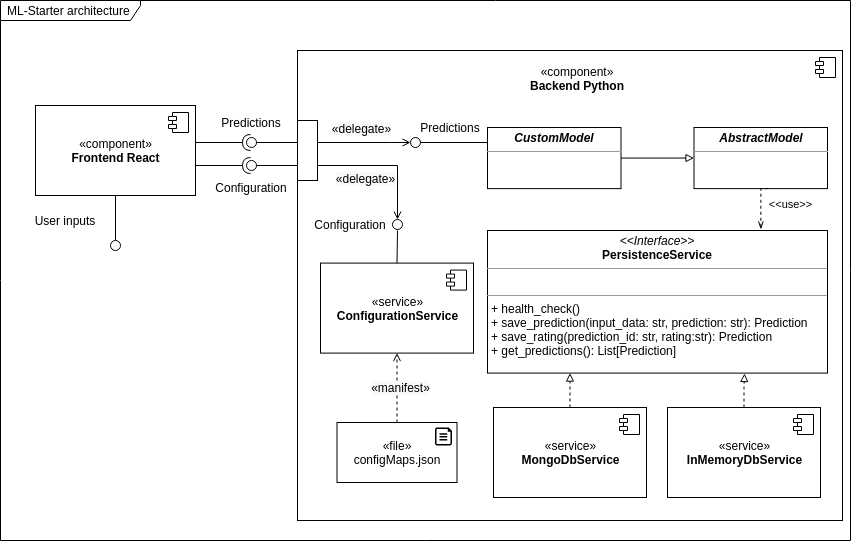
Before: docs/images/architecture.png, a diagram exported from draw.io (loki344/ml-starter). Source tidied: cells renumbered, new cells last; positions are measured from the earlier drawing's top-left corner, leaving out a move shared by most shapes.
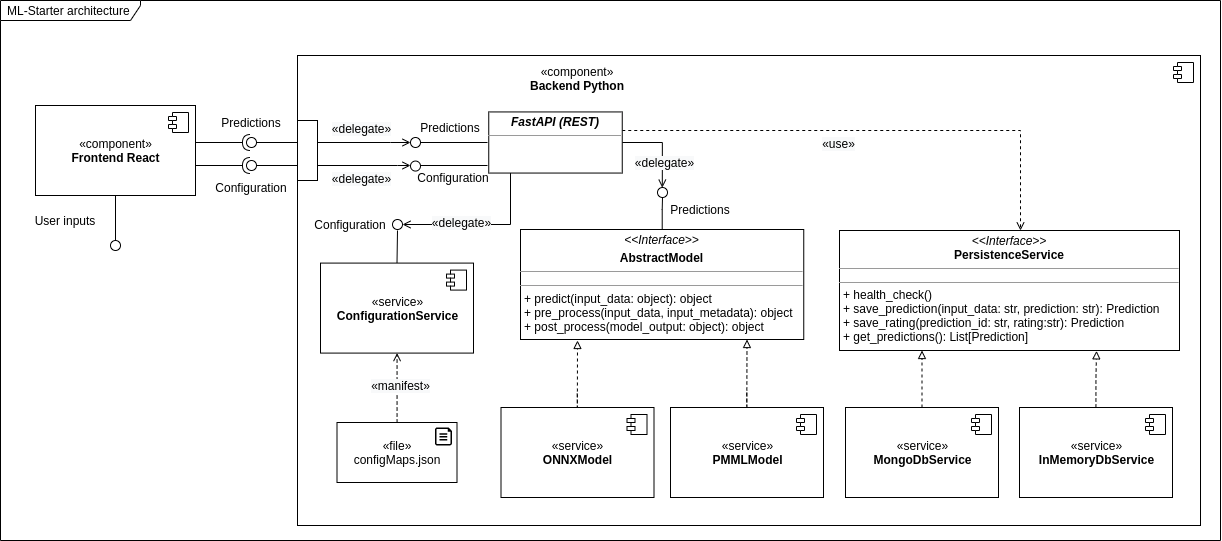
The same diagram one commit later.

The edit, as a diff of the source:
```diff
@@ -3,10 +3,10 @@
     <mxCell id="0" />
     <mxCell id="1" parent="0" />
     <mxCell id="2" value="ML-Starter architecture" style="shape=umlFrame;whiteSpace=wrap;html=1;width=140;height=20;boundedLbl=1;verticalAlign=middle;align=left;spacingLeft=5;fillColor=none;" parent="1" vertex="1">
-      <mxGeometry width="850" height="540" as="geometry" />
+      <mxGeometry width="1220" height="540" as="geometry" />
     </mxCell>
     <mxCell id="3" value="&lt;b&gt;&lt;br&gt;&lt;/b&gt;" style="html=1;" parent="1" vertex="1">
-      <mxGeometry x="297" y="50" width="545" height="470" as="geometry" />
+      <mxGeometry x="297" y="55" width="903" height="470" as="geometry" />
     </mxCell>
     <mxCell id="4" style="shape=module;jettyWidth=8;jettyHeight=4;" parent="3" vertex="1">
       <mxGeometry x="1" width="20" height="20" relative="1" as="geometry">
@@ -57,13 +57,13 @@
     <mxCell id="15" style="edgeStyle=orthogonalEdgeStyle;rounded=0;jettySize=auto;html=1;dashed=1;endArrow=block;endFill=0;" parent="1" edge="1" source="16" target="27">
       <mxGeometry relative="1" as="geometry">
         <Array as="points">
-          <mxPoint x="547" y="430" />
-          <mxPoint x="547" y="430" />
+          <mxPoint x="899" y="430" />
+          <mxPoint x="899" y="430" />
         </Array>
       </mxGeometry>
     </mxCell>
     <mxCell id="16" value="«service»&lt;br&gt;&lt;b&gt;MongoDbService&lt;br&gt;&lt;/b&gt;" style="html=1;" parent="1" vertex="1">
-      <mxGeometry x="493" y="407" width="153" height="90" as="geometry" />
+      <mxGeometry x="845" y="407" width="153" height="90" as="geometry" />
     </mxCell>
     <mxCell id="17" style="shape=module;jettyWidth=8;jettyHeight=4;" parent="16" vertex="1">
       <mxGeometry x="1" width="20" height="20" relative="1" as="geometry">
@@ -74,7 +74,7 @@
       <mxGeometry relative="1" as="geometry" />
     </mxCell>
     <mxCell id="19" value="«service»&lt;br&gt;&lt;b&gt;InMemoryDbService&lt;br&gt;&lt;/b&gt;" style="html=1;" parent="1" vertex="1">
-      <mxGeometry x="667" y="407" width="153" height="90" as="geometry" />
+      <mxGeometry x="1019" y="407" width="153" height="90" as="geometry" />
     </mxCell>
     <mxCell id="20" style="shape=module;jettyWidth=8;jettyHeight=4;" parent="19" vertex="1">
       <mxGeometry x="1" width="20" height="20" relative="1" as="geometry">
@@ -90,8 +90,9 @@
         <mxPoint x="250" y="165" as="targetPoint" />
       </mxGeometry>
     </mxCell>
-    <mxCell id="23" style="endArrow=open;html=1;exitX=1;exitY=0.75;exitDx=0;exitDy=0;rounded=0;endFill=0;" parent="1" edge="1" source="12" target="46">
+    <mxCell id="23" style="endArrow=open;html=1;exitX=1;exitY=0.75;exitDx=0;exitDy=0;rounded=0;endFill=0;" parent="1" edge="1" source="12">
       <mxGeometry relative="1" as="geometry">
+        <mxPoint x="410" y="165" as="targetPoint" />
         <Array as="points">
           <mxPoint x="397" y="165" />
         </Array>
@@ -99,17 +100,14 @@
     </mxCell>
     <mxCell id="24" value="&lt;span style=&quot;font-size: 12px ; background-color: rgb(248 , 249 , 250)&quot;&gt;«delegate»&lt;/span&gt;" style="edgeLabel;html=1;align=center;verticalAlign=middle;" parent="23" vertex="1">
       <mxGeometry x="-0.14" y="1" relative="1" as="geometry">
-        <mxPoint x="-11" y="13" as="offset" />
+        <mxPoint x="3" y="13" as="offset" />
       </mxGeometry>
     </mxCell>
     <mxCell id="25" value="&lt;span&gt;«component»&lt;/span&gt;&lt;br&gt;&lt;b&gt;Backend Python&lt;/b&gt;" style="text;html=1;strokeColor=none;fillColor=none;align=center;verticalAlign=middle;whiteSpace=wrap;rounded=0;" parent="1" vertex="1">
       <mxGeometry x="487" y="67.5" width="180" height="20.4" as="geometry" />
     </mxCell>
-    <mxCell id="26" value="&lt;p style=&quot;margin: 0px ; margin-top: 4px ; text-align: center&quot;&gt;&lt;b&gt;&lt;i&gt;AbstractModel&lt;/i&gt;&lt;/b&gt;&lt;/p&gt;&lt;hr size=&quot;1&quot;&gt;&lt;p style=&quot;margin: 0px ; margin-left: 4px&quot;&gt;&lt;br&gt;&lt;/p&gt;" style="verticalAlign=top;align=left;overflow=fill;fontSize=12;fontFamily=Helvetica;html=1;" parent="1" vertex="1">
-      <mxGeometry x="693.5" y="127" width="133.5" height="61.1" as="geometry" />
-    </mxCell>
-    <mxCell id="27" value="&lt;p style=&quot;margin: 0px ; margin-top: 4px ; text-align: center&quot;&gt;&lt;i&gt;&amp;lt;&amp;lt;Interface&amp;gt;&amp;gt;&lt;/i&gt;&lt;br&gt;&lt;b&gt;PersistenceService&lt;/b&gt;&lt;/p&gt;&lt;hr size=&quot;1&quot;&gt;&lt;p style=&quot;margin: 0px ; margin-left: 4px&quot;&gt;&lt;br&gt;&lt;/p&gt;&lt;hr size=&quot;1&quot;&gt;&lt;p style=&quot;margin: 0px ; margin-left: 4px&quot;&gt;+ health_check()&lt;br&gt;+ save_prediction(input_data: str, prediction: str): Prediction&lt;/p&gt;&lt;p style=&quot;margin: 0px ; margin-left: 4px&quot;&gt;+ save_rating(prediction_id: str, rating:str): Prediction&lt;/p&gt;&lt;p style=&quot;margin: 0px ; margin-left: 4px&quot;&gt;+ get_predictions(): List[Prediction]&lt;/p&gt;" style="verticalAlign=top;align=left;overflow=fill;fontSize=12;fontFamily=Helvetica;html=1;" parent="1" vertex="1">
-      <mxGeometry x="487" y="230" width="340" height="142.6" as="geometry" />
+    <mxCell id="27" value="&lt;p style=&quot;margin: 0px ; margin-top: 4px ; text-align: center&quot;&gt;&lt;i&gt;&amp;lt;&amp;lt;Interface&amp;gt;&amp;gt;&lt;/i&gt;&lt;br&gt;&lt;b&gt;PersistenceService&lt;/b&gt;&lt;/p&gt;&lt;hr size=&quot;1&quot;&gt;&lt;p style=&quot;margin: 0px 0px 0px 4px ; font-size: 1px&quot;&gt;&lt;font style=&quot;font-size: 1px&quot;&gt;&lt;br&gt;&lt;/font&gt;&lt;/p&gt;&lt;hr size=&quot;1&quot; style=&quot;font-size: 11px&quot;&gt;&lt;p style=&quot;margin: 0px ; margin-left: 4px&quot;&gt;+ health_check()&lt;br&gt;+ save_prediction(input_data: str, prediction: str): Prediction&lt;/p&gt;&lt;p style=&quot;margin: 0px ; margin-left: 4px&quot;&gt;+ save_rating(prediction_id: str, rating:str): Prediction&lt;/p&gt;&lt;p style=&quot;margin: 0px ; margin-left: 4px&quot;&gt;+ get_predictions(): List[Prediction]&lt;/p&gt;" style="verticalAlign=top;align=left;overflow=fill;fontSize=12;fontFamily=Helvetica;html=1;" parent="1" vertex="1">
+      <mxGeometry x="839" y="230" width="340" height="120" as="geometry" />
     </mxCell>
     <mxCell id="28" style="group;" parent="1" vertex="1">
       <mxGeometry x="336.5" y="422" width="120" height="60" as="geometry" />
@@ -120,12 +118,6 @@
     <mxCell id="30" value="«file»&lt;br&gt;configMaps.json" style="rounded=0;whiteSpace=wrap;html=1;fillColor=none;" parent="28" vertex="1">
       <mxGeometry width="120" height="60" as="geometry" />
     </mxCell>
-    <mxCell id="31" style="edgeStyle=orthogonalEdgeStyle;rounded=0;jettySize=auto;html=1;endArrow=block;endFill=0;" parent="1" edge="1" source="32" target="26">
-      <mxGeometry relative="1" as="geometry" />
-    </mxCell>
-    <mxCell id="32" value="&lt;p style=&quot;margin: 0px ; margin-top: 4px ; text-align: center&quot;&gt;&lt;b&gt;&lt;i&gt;CustomModel&lt;/i&gt;&lt;/b&gt;&lt;/p&gt;&lt;hr size=&quot;1&quot;&gt;&lt;p style=&quot;margin: 0px ; margin-left: 4px&quot;&gt;&lt;br&gt;&lt;/p&gt;" style="verticalAlign=top;align=left;overflow=fill;fontSize=12;fontFamily=Helvetica;html=1;" parent="1" vertex="1">
-      <mxGeometry x="487" y="127" width="133.5" height="61.1" as="geometry" />
-    </mxCell>
     <mxCell id="33" style="rounded=0;orthogonalLoop=1;jettySize=auto;html=1;endArrow=none;endFill=0;exitX=1;exitY=0.25;exitDx=0;exitDy=0;" parent="1" edge="1">
       <mxGeometry relative="1" as="geometry">
         <mxPoint x="487" y="142" as="sourcePoint" />
@@ -151,19 +143,6 @@
         <mxPoint x="3" y="-14" as="offset" />
       </mxGeometry>
     </mxCell>
-    <mxCell id="38" style="edgeStyle=orthogonalEdgeStyle;rounded=0;jettySize=auto;html=1;dashed=1;endArrow=openThin;endFill=0;exitX=0.5;exitY=1;exitDx=0;exitDy=0;entryX=0.804;entryY=-0.008;entryDx=0;entryDy=0;entryPerimeter=0;" parent="1" edge="1" target="27">
-      <mxGeometry relative="1" as="geometry">
-        <mxPoint x="767.2" y="188.1" as="sourcePoint" />
-        <Array as="points">
-          <mxPoint x="760" y="188" />
-        </Array>
-      </mxGeometry>
-    </mxCell>
-    <mxCell id="39" value="&amp;lt;&amp;lt;use&amp;gt;&amp;gt;" style="edgeLabel;html=1;align=center;verticalAlign=middle;" parent="38" vertex="1">
-      <mxGeometry x="-0.08" relative="1" as="geometry">
-        <mxPoint x="29" as="offset" />
-      </mxGeometry>
-    </mxCell>
     <mxCell id="40" value="«component»&lt;br&gt;&lt;b&gt;Frontend React&lt;br&gt;&lt;/b&gt;" style="html=1;" parent="1" vertex="1">
       <mxGeometry x="35" y="105" width="160" height="90" as="geometry" />
     </mxCell>
@@ -201,8 +180,103 @@
     </mxCell>
     <mxCell id="48" value="&lt;span style=&quot;font-size: 12px ; background-color: rgb(248 , 249 , 250)&quot;&gt;«manifest»&lt;/span&gt;" style="edgeLabel;html=1;align=center;verticalAlign=middle;" parent="1" vertex="1">
       <mxGeometry x="370" y="187" as="geometry">
-        <mxPoint x="30" y="199" as="offset" />
+        <mxPoint x="29" y="197" as="offset" />
       </mxGeometry>
     </mxCell>
+    <mxCell id="49" style="edgeStyle=orthogonalEdgeStyle;rounded=0;jettySize=auto;html=1;dashed=1;endArrow=open;endFill=0;" parent="1" edge="1" source="52" target="27">
+      <mxGeometry relative="1" as="geometry">
+        <Array as="points">
+          <mxPoint x="1020" y="130" />
+        </Array>
+      </mxGeometry>
+    </mxCell>
+    <mxCell id="50" style="edgeStyle=orthogonalEdgeStyle;rounded=0;jettySize=auto;html=1;entryX=0.481;entryY=0.016;entryDx=0;entryDy=0;entryPerimeter=0;endArrow=open;endFill=0;" parent="1" edge="1" source="52" target="61">
+      <mxGeometry relative="1" as="geometry" />
+    </mxCell>
+    <mxCell id="51" style="edgeStyle=orthogonalEdgeStyle;rounded=0;jettySize=auto;html=1;endArrow=open;endFill=0;" parent="1" edge="1" source="52" target="46">
+      <mxGeometry relative="1" as="geometry">
+        <Array as="points">
+          <mxPoint x="510" y="224" />
+        </Array>
+      </mxGeometry>
+    </mxCell>
+    <mxCell id="52" value="&lt;p style=&quot;margin: 0px ; margin-top: 4px ; text-align: center&quot;&gt;&lt;b&gt;&lt;i&gt;FastAPI (REST)&lt;/i&gt;&lt;/b&gt;&lt;/p&gt;&lt;hr size=&quot;1&quot;&gt;&lt;p style=&quot;margin: 0px ; margin-left: 4px&quot;&gt;&lt;br&gt;&lt;/p&gt;" style="verticalAlign=top;align=left;overflow=fill;fontSize=12;fontFamily=Helvetica;html=1;" parent="1" vertex="1">
+      <mxGeometry x="488.2" y="111.4" width="133.5" height="61.1" as="geometry" />
+    </mxCell>
+    <mxCell id="53" style="edgeStyle=orthogonalEdgeStyle;rounded=0;jettySize=auto;html=1;endArrow=none;endFill=0;" parent="1" edge="1" source="54" target="61">
+      <mxGeometry relative="1" as="geometry" />
+    </mxCell>
+    <mxCell id="54" value="&lt;p style=&quot;margin: 0px ; margin-top: 4px ; text-align: center&quot;&gt;&lt;i&gt;&amp;lt;&amp;lt;Interface&amp;gt;&amp;gt;&lt;/i&gt;&lt;b&gt;&lt;br&gt;&lt;/b&gt;&lt;/p&gt;&lt;p style=&quot;margin: 0px ; margin-top: 4px ; text-align: center&quot;&gt;&lt;b&gt;AbstractModel&lt;/b&gt;&lt;/p&gt;&lt;hr size=&quot;1&quot;&gt;&lt;p style=&quot;margin: 0px 0px 0px 4px ; font-size: 1px&quot;&gt;&lt;br&gt;&lt;/p&gt;&lt;hr size=&quot;1&quot;&gt;&lt;p style=&quot;margin: 0px ; margin-left: 4px&quot;&gt;+ predict(input_data: object): object&lt;br&gt;&lt;/p&gt;&lt;p style=&quot;margin: 0px ; margin-left: 4px&quot;&gt;+ pre_process(input_data, input_metadata): object&lt;/p&gt;&lt;p style=&quot;margin: 0px ; margin-left: 4px&quot;&gt;+ post_process(model_output: object): object&lt;/p&gt;" style="verticalAlign=top;align=left;overflow=fill;fontSize=12;fontFamily=Helvetica;html=1;" parent="1" vertex="1">
+      <mxGeometry x="520" y="229" width="283.2" height="110" as="geometry" />
+    </mxCell>
+    <mxCell id="55" value="&lt;span style=&quot;font-size: 12px ; background-color: rgb(248 , 249 , 250)&quot;&gt;«use»&lt;/span&gt;" style="edgeLabel;html=1;align=center;verticalAlign=middle;" parent="1" vertex="1">
+      <mxGeometry x="600" y="137" as="geometry">
+        <mxPoint x="237" y="5" as="offset" />
+      </mxGeometry>
+    </mxCell>
+    <mxCell id="56" style="rounded=0;orthogonalLoop=1;jettySize=auto;html=1;endArrow=none;endFill=0;exitX=1;exitY=0.25;exitDx=0;exitDy=0;" parent="1" edge="1">
+      <mxGeometry relative="1" as="geometry">
+        <mxPoint x="487" y="165" as="sourcePoint" />
+        <mxPoint x="420" y="165" as="targetPoint" />
+      </mxGeometry>
+    </mxCell>
+    <mxCell id="57" value="Configuration" style="text;html=1;strokeColor=none;fillColor=none;align=center;verticalAlign=middle;whiteSpace=wrap;rounded=0;" parent="1" vertex="1">
+      <mxGeometry x="433" y="167" width="40" height="20" as="geometry" />
+    </mxCell>
+    <mxCell id="58" style="ellipse;whiteSpace=wrap;html=1;fontFamily=Helvetica;fontSize=12;fontColor=#000000;align=center;strokeColor=#000000;fillColor=#ffffff;" parent="1" vertex="1">
+      <mxGeometry x="410" y="160.6" width="10" height="10" as="geometry" />
+    </mxCell>
+    <mxCell id="59" value="«service»&lt;br&gt;&lt;b&gt;ONNXModel&lt;br&gt;&lt;/b&gt;" style="html=1;" parent="1" vertex="1">
+      <mxGeometry x="500.5" y="407" width="153" height="90" as="geometry" />
+    </mxCell>
+    <mxCell id="60" style="shape=module;jettyWidth=8;jettyHeight=4;" parent="59" vertex="1">
+      <mxGeometry x="1" width="20" height="20" relative="1" as="geometry">
+        <mxPoint x="-27" y="7" as="offset" />
+      </mxGeometry>
+    </mxCell>
+    <mxCell id="61" style="ellipse;whiteSpace=wrap;html=1;fontFamily=Helvetica;fontSize=12;fontColor=#000000;align=center;strokeColor=#000000;fillColor=#ffffff;points=[];" parent="1" vertex="1">
+      <mxGeometry x="657" y="187" width="10" height="10" as="geometry" />
+    </mxCell>
+    <mxCell id="62" value="Predictions" style="text;html=1;strokeColor=none;fillColor=none;align=center;verticalAlign=middle;whiteSpace=wrap;rounded=0;" parent="1" vertex="1">
+      <mxGeometry x="680" y="199" width="40" height="20" as="geometry" />
+    </mxCell>
+    <mxCell id="63" value="&lt;span style=&quot;font-size: 12px ; background-color: rgb(248 , 249 , 250)&quot;&gt;«delegate»&lt;/span&gt;" style="edgeLabel;html=1;align=center;verticalAlign=middle;" parent="1" vertex="1">
+      <mxGeometry x="350" y="187" as="geometry">
+        <mxPoint x="110" y="34" as="offset" />
+      </mxGeometry>
+    </mxCell>
+    <mxCell id="64" value="&lt;span style=&quot;font-size: 12px ; background-color: rgb(248 , 249 , 250)&quot;&gt;«delegate»&lt;/span&gt;" style="edgeLabel;html=1;align=center;verticalAlign=middle;" parent="1" vertex="1">
+      <mxGeometry x="370" y="137" as="geometry">
+        <mxPoint x="293" y="24" as="offset" />
+      </mxGeometry>
+    </mxCell>
+    <mxCell id="65" value="«service»&lt;br&gt;&lt;b&gt;PMMLModel&lt;br&gt;&lt;/b&gt;" style="html=1;" parent="1" vertex="1">
+      <mxGeometry x="670" y="407" width="153" height="90" as="geometry" />
+    </mxCell>
+    <mxCell id="66" style="shape=module;jettyWidth=8;jettyHeight=4;" parent="65" vertex="1">
+      <mxGeometry x="1" width="20" height="20" relative="1" as="geometry">
+        <mxPoint x="-27" y="7" as="offset" />
+      </mxGeometry>
+    </mxCell>
+    <mxCell id="67" style="edgeStyle=orthogonalEdgeStyle;rounded=0;orthogonalLoop=1;jettySize=auto;html=1;dashed=1;endArrow=block;endFill=0;" parent="1" edge="1">
+      <mxGeometry relative="1" as="geometry">
+        <mxPoint x="576.8" y="393" as="sourcePoint" />
+        <mxPoint x="577" y="340" as="targetPoint" />
+        <Array as="points">
+          <mxPoint x="577" y="407" />
+          <mxPoint x="577" y="407" />
+        </Array>
+      </mxGeometry>
+    </mxCell>
+    <mxCell id="68" style="edgeStyle=orthogonalEdgeStyle;rounded=0;orthogonalLoop=1;jettySize=auto;html=1;dashed=1;endArrow=block;endFill=0;" parent="1" edge="1">
+      <mxGeometry relative="1" as="geometry">
+        <mxPoint x="746.3" y="392" as="sourcePoint" />
+        <mxPoint x="746.5" y="339" as="targetPoint" />
+        <Array as="points">
+          <mxPoint x="746.5" y="406" />
+          <mxPoint x="746.5" y="406" />
+        </Array>
+      </mxGeometry>
+    </mxCell>
   </root>
 </mxGraphModel>
```
